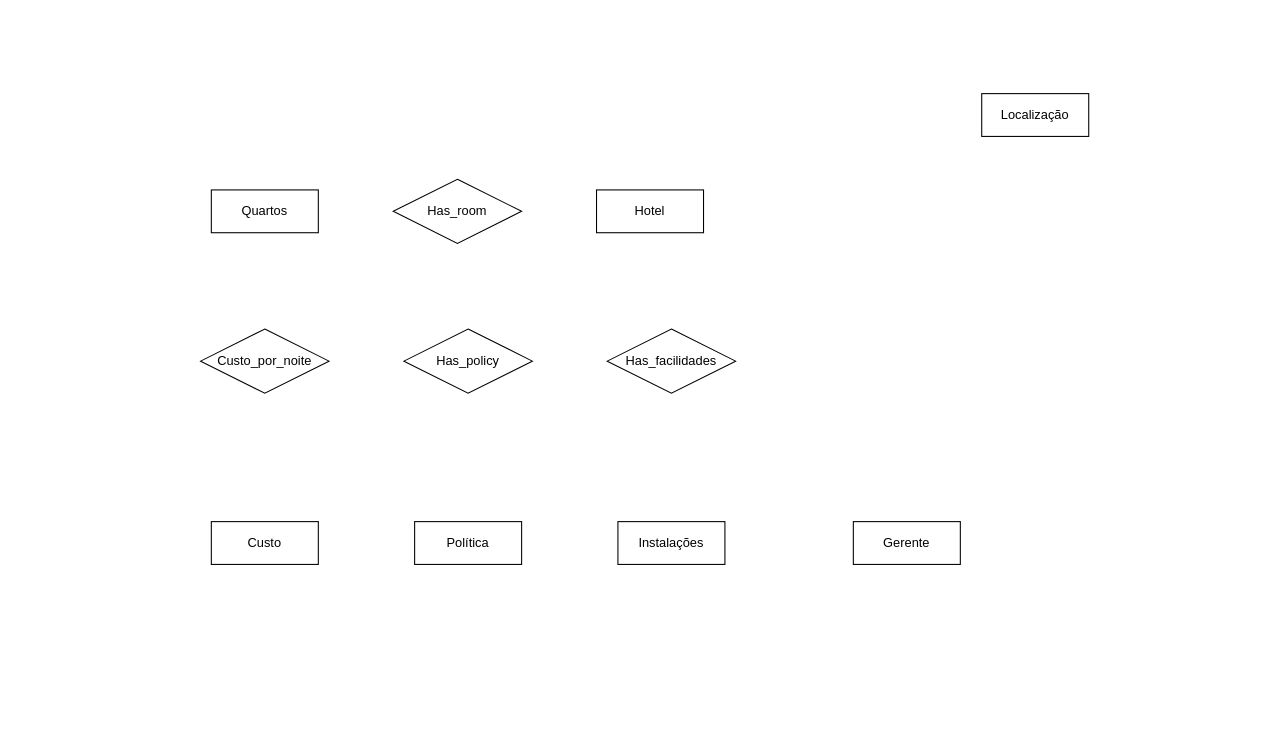
The draw.io diagram EX1.drawio in rpviana/Diagramas, before the edit. Source tidied: cells renumbered, new cells numbered last; positions are measured from the earlier drawing's top-left corner, leaving out a move shared by most shapes. Both pictures are drawn from the tidied source at 107%, with x=0, y=0 at pixel (200, 93).
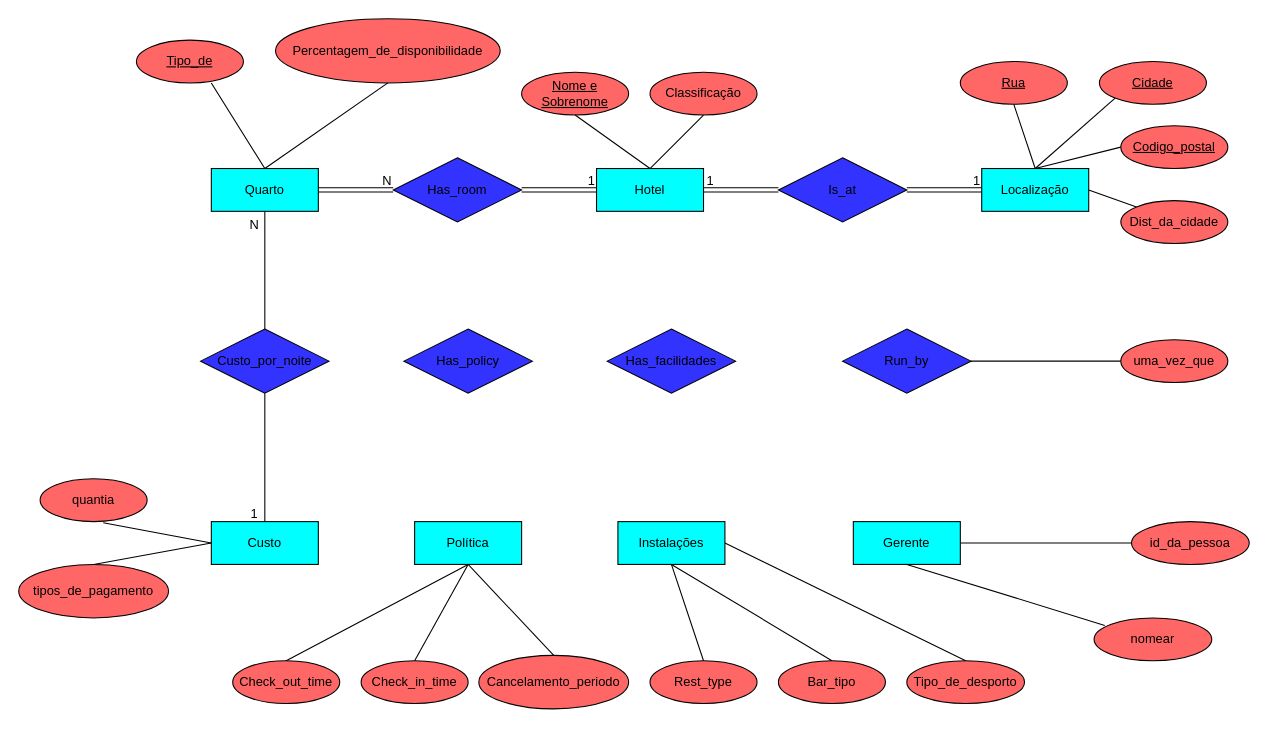
After the change.

The edit, as a diff of the source:
```diff
@@
-    <mxCell id="2" value="Quartos" style="whiteSpace=wrap;html=1;align=center;" parent="1" vertex="1">
-      <mxGeometry x="10" y="90" width="100" height="40" as="geometry" />
+    <mxCell id="2" value="Quarto" style="whiteSpace=wrap;html=1;align=center;fillColor=#00FFFF;" parent="1" vertex="1">
+      <mxGeometry x="10" y="70" width="100" height="40" as="geometry" />
     </mxCell>
-    <mxCell id="3" value="Custo" style="whiteSpace=wrap;html=1;align=center;" parent="1" vertex="1">
+    <mxCell id="3" value="Custo" style="whiteSpace=wrap;html=1;align=center;fillColor=#00FFFF;" parent="1" vertex="1">
       <mxGeometry x="10" y="400" width="100" height="40" as="geometry" />
     </mxCell>
-    <mxCell id="4" value="Política" style="whiteSpace=wrap;html=1;align=center;" parent="1" vertex="1">
+    <mxCell id="4" value="Política" style="whiteSpace=wrap;html=1;align=center;fillColor=#00FFFF;" parent="1" vertex="1">
       <mxGeometry x="200" y="400" width="100" height="40" as="geometry" />
     </mxCell>
-    <mxCell id="5" value="Instalações" style="whiteSpace=wrap;html=1;align=center;" parent="1" vertex="1">
+    <mxCell id="5" value="Instalações" style="whiteSpace=wrap;html=1;align=center;fillColor=#00FFFF;" parent="1" vertex="1">
       <mxGeometry x="390" y="400" width="100" height="40" as="geometry" />
     </mxCell>
-    <mxCell id="6" value="Hotel" style="whiteSpace=wrap;html=1;align=center;" parent="1" vertex="1">
-      <mxGeometry x="370" y="90" width="100" height="40" as="geometry" />
+    <mxCell id="6" value="Hotel" style="whiteSpace=wrap;html=1;align=center;fillColor=#00FFFF;" parent="1" vertex="1">
+      <mxGeometry x="370" y="70" width="100" height="40" as="geometry" />
     </mxCell>
-    <mxCell id="7" value="Gerente" style="whiteSpace=wrap;html=1;align=center;" parent="1" vertex="1">
+    <mxCell id="7" value="Gerente" style="whiteSpace=wrap;html=1;align=center;fillColor=#00FFFF;" parent="1" vertex="1">
       <mxGeometry x="610" y="400" width="100" height="40" as="geometry" />
     </mxCell>
-    <mxCell id="8" value="Localização" style="whiteSpace=wrap;html=1;align=center;" parent="1" vertex="1">
-      <mxGeometry x="730" width="100" height="40" as="geometry" />
+    <mxCell id="8" value="Localização" style="whiteSpace=wrap;html=1;align=center;fillColor=#00FFFF;" parent="1" vertex="1">
+      <mxGeometry x="730" y="70" width="100" height="40" as="geometry" />
     </mxCell>
-    <mxCell id="9" value="Custo_por_noite" style="shape=rhombus;perimeter=rhombusPerimeter;whiteSpace=wrap;html=1;align=center;" parent="1" vertex="1">
+    <mxCell id="9" value="Custo_por_noite" style="shape=rhombus;perimeter=rhombusPerimeter;whiteSpace=wrap;html=1;align=center;fillColor=#3333FF;" parent="1" vertex="1">
       <mxGeometry y="220" width="120" height="60" as="geometry" />
     </mxCell>
-    <mxCell id="10" value="Has_room" style="shape=rhombus;perimeter=rhombusPerimeter;whiteSpace=wrap;html=1;align=center;" parent="1" vertex="1">
-      <mxGeometry x="180" y="80" width="120" height="60" as="geometry" />
+    <mxCell id="10" value="Has_room" style="shape=rhombus;perimeter=rhombusPerimeter;whiteSpace=wrap;html=1;align=center;fillColor=#3333FF;" parent="1" vertex="1">
+      <mxGeometry x="180" y="60" width="120" height="60" as="geometry" />
     </mxCell>
-    <mxCell id="11" value="Has_policy" style="shape=rhombus;perimeter=rhombusPerimeter;whiteSpace=wrap;html=1;align=center;" parent="1" vertex="1">
+    <mxCell id="11" value="Has_policy" style="shape=rhombus;perimeter=rhombusPerimeter;whiteSpace=wrap;html=1;align=center;fillColor=#3333FF;" parent="1" vertex="1">
       <mxGeometry x="190" y="220" width="120" height="60" as="geometry" />
     </mxCell>
-    <mxCell id="12" value="Has_facilidades" style="shape=rhombus;perimeter=rhombusPerimeter;whiteSpace=wrap;html=1;align=center;" parent="1" vertex="1">
+    <mxCell id="12" value="Has_facilidades" style="shape=rhombus;perimeter=rhombusPerimeter;whiteSpace=wrap;html=1;align=center;fillColor=#3333FF;" parent="1" vertex="1">
       <mxGeometry x="380" y="220" width="120" height="60" as="geometry" />
     </mxCell>
+    <mxCell id="13" value="Is_at" style="shape=rhombus;perimeter=rhombusPerimeter;whiteSpace=wrap;html=1;align=center;fillColor=#3333FF;" parent="1" vertex="1">
+      <mxGeometry x="540" y="60" width="120" height="60" as="geometry" />
+    </mxCell>
+    <mxCell id="14" value="Run_by" style="shape=rhombus;perimeter=rhombusPerimeter;whiteSpace=wrap;html=1;align=center;fillColor=#3333FF;" parent="1" vertex="1">
+      <mxGeometry x="600" y="220" width="120" height="60" as="geometry" />
+    </mxCell>
+    <mxCell id="15" value="quantia" style="ellipse;whiteSpace=wrap;html=1;align=center;fillColor=#FF6666;" parent="1" vertex="1">
+      <mxGeometry x="-150" y="360" width="100" height="40" as="geometry" />
+    </mxCell>
+    <mxCell id="16" value="tipos_de_pagamento" style="ellipse;whiteSpace=wrap;html=1;align=center;fillColor=#FF6666;" parent="1" vertex="1">
+      <mxGeometry x="-170" y="440" width="140" height="50" as="geometry" />
+    </mxCell>
+    <mxCell id="17" value="Cancelamento_periodo" style="ellipse;whiteSpace=wrap;html=1;align=center;fillColor=#FF6666;" parent="1" vertex="1">
+      <mxGeometry x="260" y="525" width="140" height="50" as="geometry" />
+    </mxCell>
+    <mxCell id="18" value="Check_in_time" style="ellipse;whiteSpace=wrap;html=1;align=center;fillColor=#FF6666;" parent="1" vertex="1">
+      <mxGeometry x="150" y="530" width="100" height="40" as="geometry" />
+    </mxCell>
+    <mxCell id="19" value="Check_out_time" style="ellipse;whiteSpace=wrap;html=1;align=center;fillColor=#FF6666;" parent="1" vertex="1">
+      <mxGeometry x="30" y="530" width="100" height="40" as="geometry" />
+    </mxCell>
+    <mxCell id="20" value="Rest_type" style="ellipse;whiteSpace=wrap;html=1;align=center;fillColor=#FF6666;" parent="1" vertex="1">
+      <mxGeometry x="420" y="530" width="100" height="40" as="geometry" />
+    </mxCell>
+    <mxCell id="21" value="Bar_tipo" style="ellipse;whiteSpace=wrap;html=1;align=center;fillColor=#FF6666;" parent="1" vertex="1">
+      <mxGeometry x="540" y="530" width="100" height="40" as="geometry" />
+    </mxCell>
+    <mxCell id="22" value="Tipo_de_desporto" style="ellipse;whiteSpace=wrap;html=1;align=center;fillColor=#FF6666;" parent="1" vertex="1">
+      <mxGeometry x="660" y="530" width="110" height="40" as="geometry" />
+    </mxCell>
+    <mxCell id="23" style="edgeStyle=orthogonalEdgeStyle;rounded=0;orthogonalLoop=1;jettySize=auto;html=1;exitX=0.5;exitY=1;exitDx=0;exitDy=0;" parent="1" edge="1" source="22" target="22">
+      <mxGeometry relative="1" as="geometry" />
+    </mxCell>
+    <mxCell id="24" value="nomear" style="ellipse;whiteSpace=wrap;html=1;align=center;fillColor=#FF6666;" parent="1" vertex="1">
+      <mxGeometry x="835" y="490" width="110" height="40" as="geometry" />
+    </mxCell>
+    <mxCell id="25" value="id_da_pessoa" style="ellipse;whiteSpace=wrap;html=1;align=center;fillColor=#FF6666;" parent="1" vertex="1">
+      <mxGeometry x="870" y="400" width="110" height="40" as="geometry" />
+    </mxCell>
+    <mxCell id="26" value="uma_vez_que" style="ellipse;whiteSpace=wrap;html=1;align=center;fillColor=#FF6666;" parent="1" vertex="1">
+      <mxGeometry x="860" y="230" width="100" height="40" as="geometry" />
+    </mxCell>
+    <mxCell id="27" value="Rua" style="ellipse;whiteSpace=wrap;html=1;align=center;fontStyle=4;fillColor=#FF6666;" parent="1" vertex="1">
+      <mxGeometry x="710" y="-30" width="100" height="40" as="geometry" />
+    </mxCell>
+    <mxCell id="28" value="Cidade" style="ellipse;whiteSpace=wrap;html=1;align=center;fontStyle=4;fillColor=#FF6666;" parent="1" vertex="1">
+      <mxGeometry x="840" y="-30" width="100" height="40" as="geometry" />
+    </mxCell>
+    <mxCell id="29" value="Codigo_postal" style="ellipse;whiteSpace=wrap;html=1;align=center;fontStyle=4;fillColor=#FF6666;" parent="1" vertex="1">
+      <mxGeometry x="860" y="30" width="100" height="40" as="geometry" />
+    </mxCell>
+    <mxCell id="30" value="Dist_da_cidade" style="ellipse;whiteSpace=wrap;html=1;align=center;fillColor=#FF6666;" parent="1" vertex="1">
+      <mxGeometry x="860" y="100" width="100" height="40" as="geometry" />
+    </mxCell>
+    <mxCell id="31" value="Tipo_de" style="ellipse;whiteSpace=wrap;html=1;align=center;fontStyle=4;fillColor=#FF6666;" parent="1" vertex="1">
+      <mxGeometry x="-60" y="-50" width="100" height="40" as="geometry" />
+    </mxCell>
+    <mxCell id="32" value="Percentagem_de_disponibilidade" style="ellipse;whiteSpace=wrap;html=1;align=center;fillColor=#FF6666;" parent="1" vertex="1">
+      <mxGeometry x="70" y="-70" width="210" height="60" as="geometry" />
+    </mxCell>
+    <mxCell id="33" style="endArrow=none;html=1;rounded=0;exitX=0.7;exitY=1;exitDx=0;exitDy=0;exitPerimeter=0;entryX=0.5;entryY=0;entryDx=0;entryDy=0;" parent="1" edge="1" source="31" target="2">
+      <mxGeometry relative="1" as="geometry" />
+    </mxCell>
+    <mxCell id="34" style="endArrow=none;html=1;rounded=0;exitX=0.5;exitY=1;exitDx=0;exitDy=0;entryX=0.5;entryY=0;entryDx=0;entryDy=0;" parent="1" edge="1" source="32" target="2">
+      <mxGeometry relative="1" as="geometry" />
+    </mxCell>
+    <mxCell id="35" value="Nome e Sobrenome" style="ellipse;whiteSpace=wrap;html=1;align=center;fontStyle=4;fillColor=#FF6666;" parent="1" vertex="1">
+      <mxGeometry x="300" y="-20" width="100" height="40" as="geometry" />
+    </mxCell>
+    <mxCell id="36" value="Classificação" style="ellipse;whiteSpace=wrap;html=1;align=center;fillColor=#FF6666;" parent="1" vertex="1">
+      <mxGeometry x="420" y="-20" width="100" height="40" as="geometry" />
+    </mxCell>
+    <mxCell id="37" style="endArrow=none;html=1;rounded=0;exitX=0.5;exitY=1;exitDx=0;exitDy=0;entryX=0.5;entryY=0;entryDx=0;entryDy=0;" parent="1" edge="1" source="35" target="6">
+      <mxGeometry relative="1" as="geometry" />
+    </mxCell>
+    <mxCell id="38" style="endArrow=none;html=1;rounded=0;exitX=0.5;exitY=1;exitDx=0;exitDy=0;entryX=0.5;entryY=0;entryDx=0;entryDy=0;" parent="1" edge="1" source="36" target="6">
+      <mxGeometry relative="1" as="geometry" />
+    </mxCell>
+    <mxCell id="39" style="endArrow=none;html=1;rounded=0;exitX=0.5;exitY=1;exitDx=0;exitDy=0;entryX=0.5;entryY=0;entryDx=0;entryDy=0;" parent="1" edge="1" source="27" target="8">
+      <mxGeometry relative="1" as="geometry" />
+    </mxCell>
+    <mxCell id="40" style="endArrow=none;html=1;rounded=0;exitX=0;exitY=1;exitDx=0;exitDy=0;entryX=0.5;entryY=0;entryDx=0;entryDy=0;" parent="1" edge="1" source="28" target="8">
+      <mxGeometry relative="1" as="geometry" />
+    </mxCell>
+    <mxCell id="41" style="endArrow=none;html=1;rounded=0;entryX=0;entryY=0.5;entryDx=0;entryDy=0;exitX=0.5;exitY=0;exitDx=0;exitDy=0;" parent="1" edge="1" source="8" target="29">
+      <mxGeometry relative="1" as="geometry" />
+    </mxCell>
+    <mxCell id="42" style="endArrow=none;html=1;rounded=0;entryX=0;entryY=0;entryDx=0;entryDy=0;exitX=1;exitY=0.5;exitDx=0;exitDy=0;" parent="1" edge="1" source="8" target="30">
+      <mxGeometry relative="1" as="geometry" />
+    </mxCell>
+    <mxCell id="43" style="endArrow=none;html=1;rounded=0;exitX=1;exitY=0.5;exitDx=0;exitDy=0;entryX=0;entryY=0.5;entryDx=0;entryDy=0;" parent="1" edge="1" source="14" target="26">
+      <mxGeometry relative="1" as="geometry" />
+    </mxCell>
+    <mxCell id="44" style="endArrow=none;html=1;rounded=0;exitX=0.5;exitY=1;exitDx=0;exitDy=0;entryX=0.091;entryY=0.175;entryDx=0;entryDy=0;entryPerimeter=0;" parent="1" edge="1" source="7" target="24">
+      <mxGeometry relative="1" as="geometry" />
+    </mxCell>
+    <mxCell id="45" style="endArrow=none;html=1;rounded=0;exitX=1;exitY=0.5;exitDx=0;exitDy=0;entryX=0;entryY=0.5;entryDx=0;entryDy=0;" parent="1" edge="1" source="7" target="25">
+      <mxGeometry relative="1" as="geometry" />
+    </mxCell>
+    <mxCell id="46" style="endArrow=none;html=1;rounded=0;exitX=0.5;exitY=1;exitDx=0;exitDy=0;entryX=0.5;entryY=0;entryDx=0;entryDy=0;" parent="1" edge="1" source="5" target="20">
+      <mxGeometry relative="1" as="geometry" />
+    </mxCell>
+    <mxCell id="47" style="endArrow=none;html=1;rounded=0;exitX=0.5;exitY=1;exitDx=0;exitDy=0;entryX=0.5;entryY=0;entryDx=0;entryDy=0;" parent="1" edge="1" source="5" target="21">
+      <mxGeometry relative="1" as="geometry" />
+    </mxCell>
+    <mxCell id="48" style="endArrow=none;html=1;rounded=0;exitX=1;exitY=0.5;exitDx=0;exitDy=0;entryX=0.5;entryY=0;entryDx=0;entryDy=0;" parent="1" edge="1" source="5" target="22">
+      <mxGeometry relative="1" as="geometry" />
+    </mxCell>
+    <mxCell id="49" style="endArrow=none;html=1;rounded=0;entryX=0.5;entryY=1;entryDx=0;entryDy=0;exitX=0.5;exitY=0;exitDx=0;exitDy=0;" parent="1" edge="1" source="19" target="4">
+      <mxGeometry relative="1" as="geometry" />
+    </mxCell>
+    <mxCell id="50" style="endArrow=none;html=1;rounded=0;entryX=0.5;entryY=1;entryDx=0;entryDy=0;exitX=0.5;exitY=0;exitDx=0;exitDy=0;" parent="1" edge="1" source="17" target="4">
+      <mxGeometry relative="1" as="geometry" />
+    </mxCell>
+    <mxCell id="51" style="endArrow=none;html=1;rounded=0;entryX=0.5;entryY=1;entryDx=0;entryDy=0;exitX=0.5;exitY=0;exitDx=0;exitDy=0;" parent="1" edge="1" source="18" target="4">
+      <mxGeometry relative="1" as="geometry" />
+    </mxCell>
+    <mxCell id="52" style="endArrow=none;html=1;rounded=0;entryX=0;entryY=0.5;entryDx=0;entryDy=0;exitX=0.5;exitY=0;exitDx=0;exitDy=0;" parent="1" edge="1" source="16" target="3">
+      <mxGeometry relative="1" as="geometry" />
+    </mxCell>
+    <mxCell id="53" style="endArrow=none;html=1;rounded=0;exitX=0.59;exitY=1.025;exitDx=0;exitDy=0;exitPerimeter=0;entryX=0;entryY=0.5;entryDx=0;entryDy=0;" parent="1" edge="1" source="15" target="3">
+      <mxGeometry relative="1" as="geometry" />
+    </mxCell>
+    <mxCell id="54" style="endArrow=none;html=1;rounded=0;exitX=0.5;exitY=1;exitDx=0;exitDy=0;entryX=0.5;entryY=0;entryDx=0;entryDy=0;" parent="1" edge="1" source="2" target="9">
+      <mxGeometry relative="1" as="geometry" />
+    </mxCell>
+    <mxCell id="55" style="endArrow=none;html=1;rounded=0;exitX=0.5;exitY=1;exitDx=0;exitDy=0;entryX=0.5;entryY=0;entryDx=0;entryDy=0;" parent="1" edge="1" source="9" target="3">
+      <mxGeometry relative="1" as="geometry" />
+    </mxCell>
+    <mxCell id="56" value="N" style="text;html=1;align=center;verticalAlign=middle;strokeColor=none;fillColor=none;" parent="1" vertex="1">
+      <mxGeometry x="35" y="108" width="30" height="30" as="geometry" />
+    </mxCell>
+    <mxCell id="57" value="1" style="text;html=1;align=center;verticalAlign=middle;strokeColor=none;fillColor=none;" parent="1" vertex="1">
+      <mxGeometry x="35" y="378" width="30" height="30" as="geometry" />
+    </mxCell>
+    <mxCell id="58" style="shape=link;html=1;rounded=0;exitX=1;exitY=0.5;exitDx=0;exitDy=0;entryX=0;entryY=0.5;entryDx=0;entryDy=0;" parent="1" edge="1" source="13" target="8">
+      <mxGeometry relative="1" as="geometry" />
+    </mxCell>
+    <mxCell id="59" value="1" style="html=1;whiteSpace=wrap;align=right;verticalAlign=bottom;" parent="58" vertex="1">
+      <mxGeometry x="1" relative="1" as="geometry" />
+    </mxCell>
+    <mxCell id="60" style="shape=link;html=1;rounded=0;exitX=0;exitY=0.5;exitDx=0;exitDy=0;entryX=1;entryY=0.5;entryDx=0;entryDy=0;" parent="1" edge="1" source="13" target="6">
+      <mxGeometry relative="1" as="geometry" />
+    </mxCell>
+    <mxCell id="61" value="1" style="html=1;whiteSpace=wrap;align=right;verticalAlign=bottom;" parent="60" vertex="1">
+      <mxGeometry x="1" relative="1" as="geometry">
+        <mxPoint x="11" as="offset" />
+      </mxGeometry>
+    </mxCell>
+    <mxCell id="62" style="shape=link;html=1;rounded=0;exitX=1;exitY=0.5;exitDx=0;exitDy=0;entryX=0;entryY=0.5;entryDx=0;entryDy=0;" parent="1" edge="1" source="10" target="6">
+      <mxGeometry relative="1" as="geometry" />
+    </mxCell>
+    <mxCell id="63" value="1" style="html=1;whiteSpace=wrap;align=right;verticalAlign=bottom;" parent="62" vertex="1">
+      <mxGeometry x="1" relative="1" as="geometry" />
+    </mxCell>
+    <mxCell id="64" style="shape=link;html=1;rounded=0;exitX=1;exitY=0.5;exitDx=0;exitDy=0;entryX=0;entryY=0.5;entryDx=0;entryDy=0;" parent="1" edge="1" source="2" target="10">
+      <mxGeometry relative="1" as="geometry" />
+    </mxCell>
+    <mxCell id="65" value="N" style="html=1;whiteSpace=wrap;align=right;verticalAlign=bottom;" parent="64" vertex="1">
+      <mxGeometry x="1" relative="1" as="geometry" />
+    </mxCell>
```
